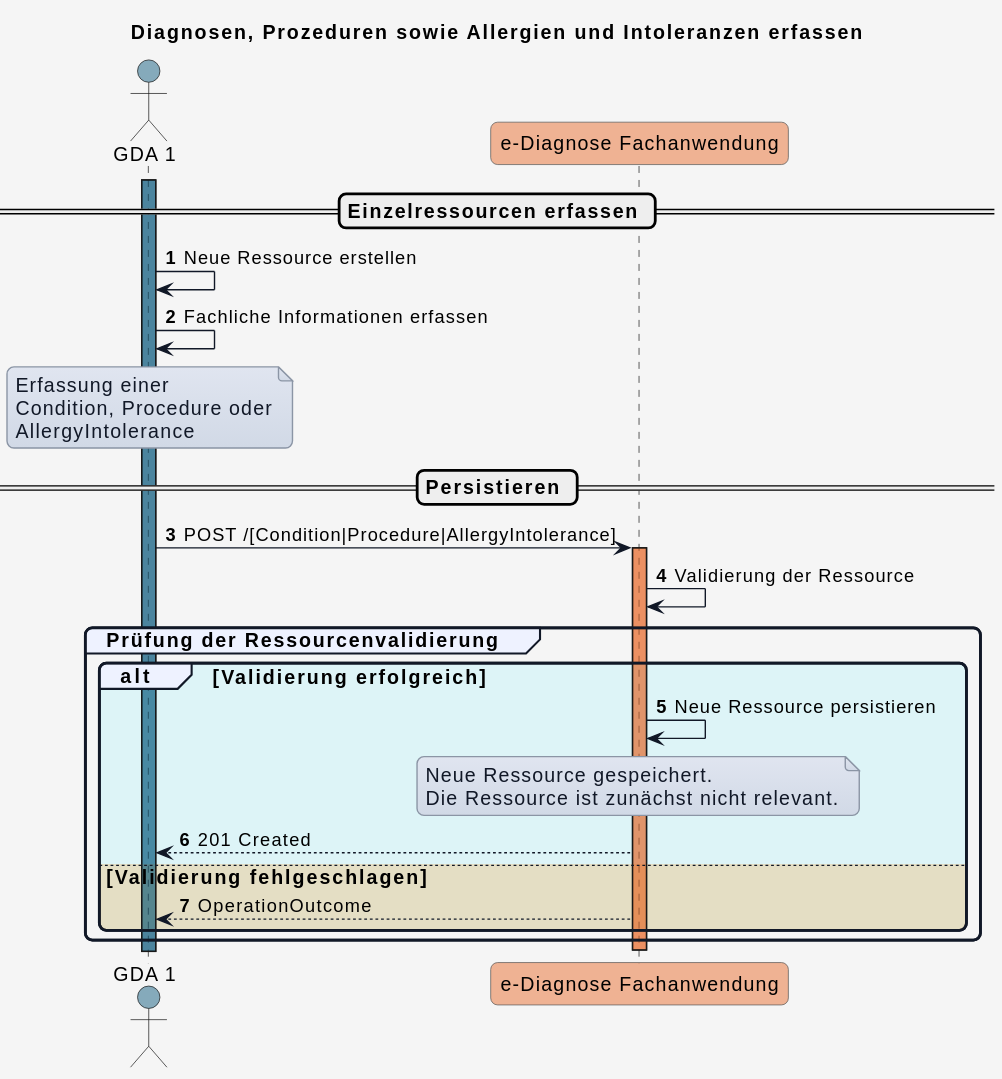
Earlier version of the PlantUML export input/images/plantuml/diagram_uc_06_09.svg (HL7Austria/ELGA-e-Diagnose-R4). Source of this version:
```plantuml
@startuml
title Diagnosen, Prozeduren sowie Allergien und Intoleranzen erfassen

skinparam borderColor #000000
skinparam backgroundColor #f5f5f5
skinparam shadowing false
skinparam roundCorner 10
skinparam defaultFontName "Arial"
skinparam defaultFontSize 14
skinparam defaultFontColor #000000
skinparam HyperlinkColor #0000EE
skinparam HyperlinkUnderline false
skinparam BoxPadding 20
skinparam BoxBorderColor #555555

skinparam note {
  BackgroundColor #e0e5f0-#d1d9e6
  BorderColor #8b95a5
  BorderThickness 1
  RoundCorner 0
  Padding 6
  FontColor #111827
  Shadowing false
}

skinparam sequence {
  ParticipantBorderColor #555555
  ParticipantBackgroundColor #ffffff
  ParticipantFontColor #000000
  ParticipantFontSize 14
  ParticipantPadding 20
  ArrowColor #111827
  ArrowThickness 1
  ArrowFontColor #000000
  ArrowFontSize 13
  GroupBorderColor #111827
  GroupBackgroundColor #eef2ff
  GroupBorderThickness 2
}

!define COLOR_GDA_1    #15608280
!define COLOR_GDA_2    #96607D80
!define COLOR_PATIENT  #196B2480
!define COLOR_DIAG_FA  #E9713280


!define COLOR_OK       #50E6FF25
!define COLOR_ERROR    #FF8C0035

actor GDA_1 as "GDA 1" COLOR_GDA_1
participant eDiag_FA as "e-Diagnose Fachanwendung" COLOR_DIAG_FA

autonumber
activate GDA_1 COLOR_GDA_1

==  Einzelressourcen erfassen ==

GDA_1 -> GDA_1 : Neue Ressource erstellen
GDA_1 -> GDA_1 : Fachliche Informationen erfassen


note over GDA_1
Erfassung einer
Condition, Procedure oder
AllergyIntolerance
end note

== Persistieren ==

GDA_1 -> eDiag_FA: POST /[Condition|Procedure|AllergyIntolerance]

activate eDiag_FA COLOR_DIAG_FA

eDiag_FA -> eDiag_FA: Validierung der Ressource

group Prüfung der Ressourcenvalidierung

    alt COLOR_OK Validierung erfolgreich

        eDiag_FA -> eDiag_FA: Neue Ressource persistieren

        note over eDiag_FA
        Neue Ressource gespeichert.
        Die Ressource ist zunächst nicht relevant.
        end note

        eDiag_FA --> GDA_1: 201 Created

    else COLOR_ERROR Validierung fehlgeschlagen

        eDiag_FA --> GDA_1: OperationOutcome

    end

end

deactivate eDiag_FA
@enduml
```
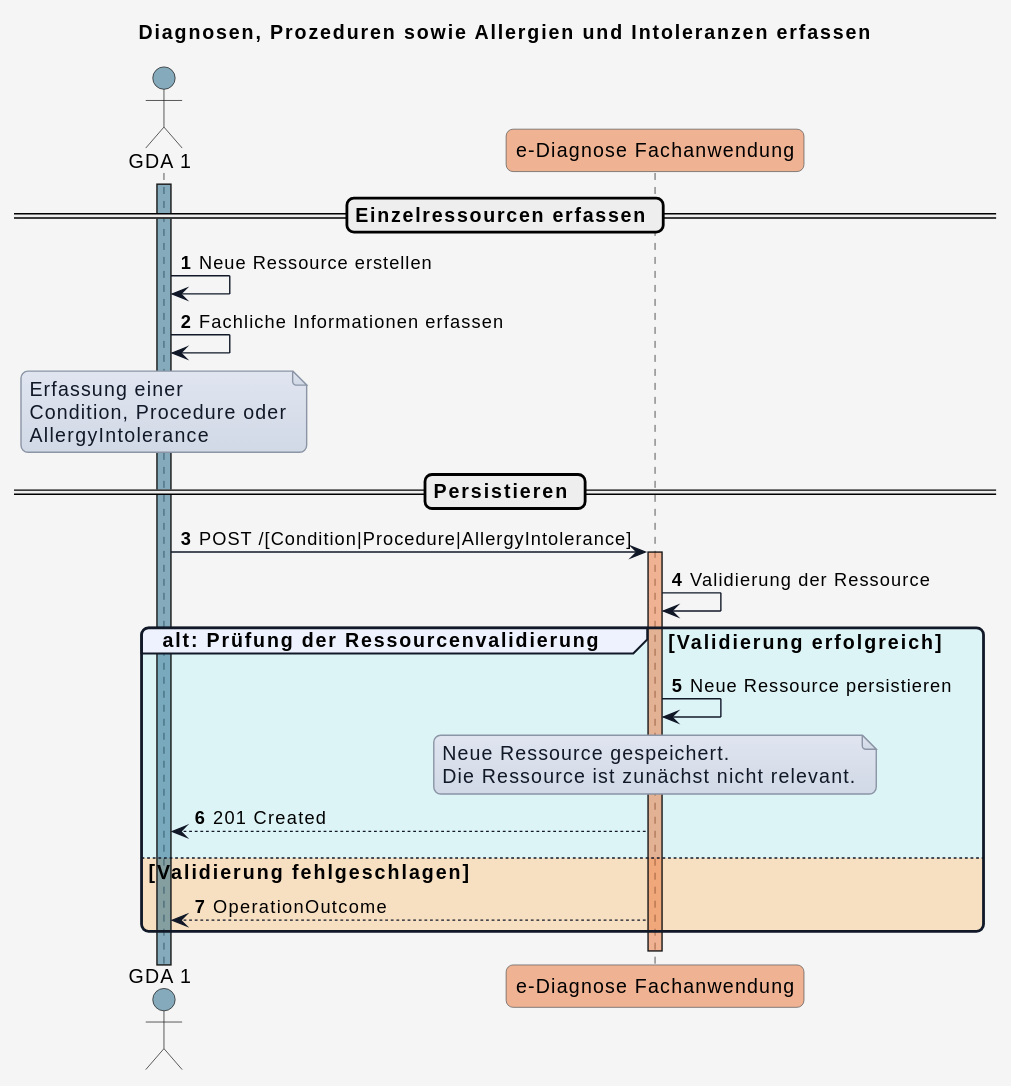
After the commit.

The edit, as a diff of the source:
```diff
@@ -73,9 +73,7 @@
 
 eDiag_FA -> eDiag_FA: Validierung der Ressource
 
-group Prüfung der Ressourcenvalidierung
-
-    alt COLOR_OK Validierung erfolgreich
+group COLOR_OK alt: Prüfung der Ressourcenvalidierung [Validierung erfolgreich]
 
         eDiag_FA -> eDiag_FA: Neue Ressource persistieren
 
@@ -92,7 +90,5 @@
 
     end
 
-end
-
 deactivate eDiag_FA
 @enduml
```
